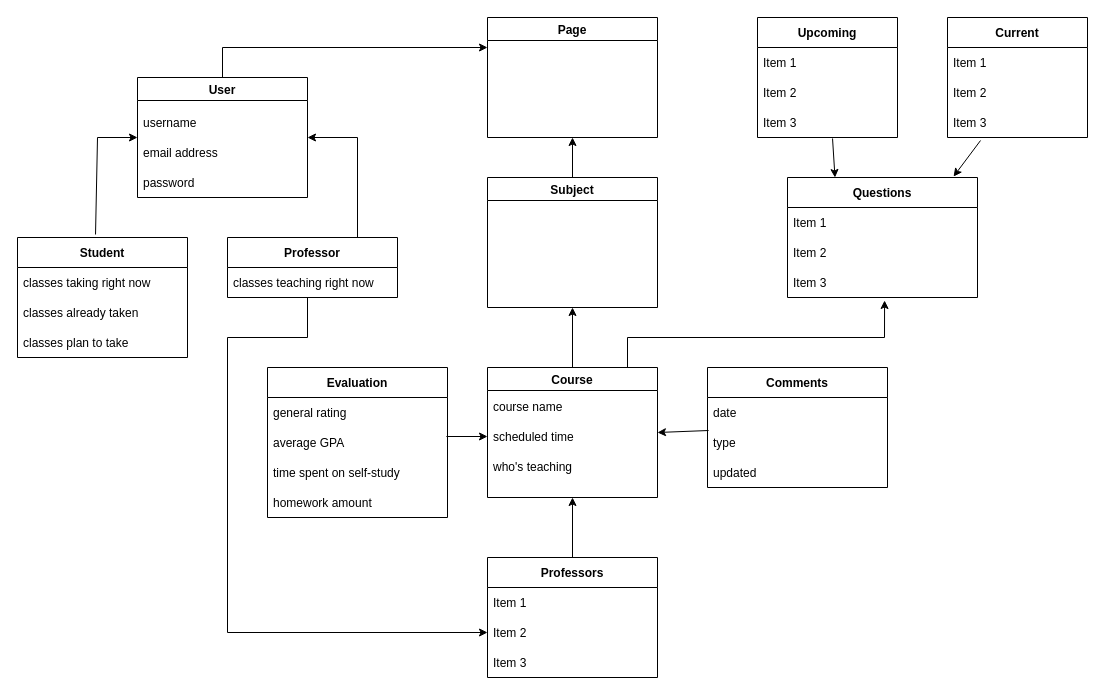
This is Domain Model.drawio from I-Dont-Want-An-F/Project, a draw.io file, before an edit. Source tidied: cells renumbered, new cells numbered last; positions are measured from the earlier drawing's top-left corner, leaving out a move shared by most shapes. Both pictures are drawn from the tidied source at 100%, with x=0, y=0 at pixel (17, 17). Pictures stored in the file or linked from it are replaced by grey dashed boxes.
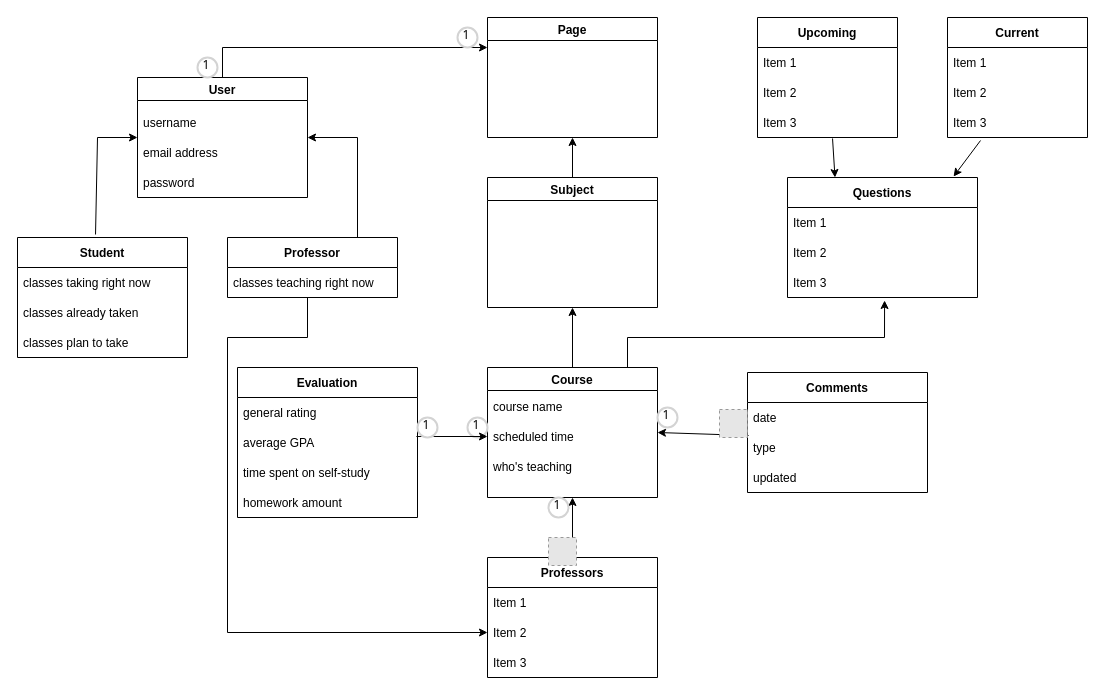
The same page after the edit.

Unchanged cells that the change refers to:
```xml
<mxCell id="22" value="Course" style="swimlane;" parent="1" vertex="1">
  <mxGeometry x="470" y="350" width="170" height="130" as="geometry" />
</mxCell>
```

Change to the diagram source:
```diff
@@
     <mxCell id="13" value="Comments" style="swimlane;fontStyle=1;horizontal=1;startSize=30;" parent="1" vertex="1">
-      <mxGeometry x="690" y="350" width="180" height="120" as="geometry" />
+      <mxGeometry x="730" y="355" width="180" height="120" as="geometry" />
     </mxCell>
@@
+    <mxCell id="55" value="1" style="ellipse;whiteSpace=wrap;html=1;strokeWidth=2;fontFamily=Tahoma;spacingBottom=4;spacingRight=2;strokeColor=#d3d3d3;" parent="22" vertex="1">
+      <mxGeometry x="-20" y="50" width="20" height="20" as="geometry" />
+    </mxCell>
@@
     <mxCell id="38" value="Evaluation" style="swimlane;fontStyle=1;horizontal=1;startSize=30;" parent="1" vertex="1">
-      <mxGeometry x="250" y="350" width="180" height="150" as="geometry" />
+      <mxGeometry x="220" y="350" width="180" height="150" as="geometry" />
     </mxCell>
@@
+    <mxCell id="56" value="1" style="ellipse;whiteSpace=wrap;html=1;strokeWidth=2;fontFamily=Tahoma;spacingBottom=4;spacingRight=2;strokeColor=#d3d3d3;" parent="1" vertex="1">
+      <mxGeometry x="180" y="40" width="20" height="20" as="geometry" />
+    </mxCell>
+    <mxCell id="57" value="1" style="ellipse;whiteSpace=wrap;html=1;strokeWidth=2;fontFamily=Tahoma;spacingBottom=4;spacingRight=2;strokeColor=#d3d3d3;" parent="1" vertex="1">
+      <mxGeometry x="440" y="10" width="20" height="20" as="geometry" />
+    </mxCell>
+    <mxCell id="58" value="1" style="ellipse;whiteSpace=wrap;html=1;strokeWidth=2;fontFamily=Tahoma;spacingBottom=4;spacingRight=2;strokeColor=#d3d3d3;" parent="1" vertex="1">
+      <mxGeometry x="531" y="480" width="20" height="20" as="geometry" />
+    </mxCell>
+    <mxCell id="59" style="fillColor=#E6E6E6;strokeColor=#999999;dashed=1;html=1;verticalAlign=top;verticalLabelPosition=bottom;labelBackgroundColor=#ffffff;" parent="1" vertex="1">
+      <mxGeometry x="531" y="520" width="28" height="28" as="geometry" />
+    </mxCell>
+    <mxCell id="60" style="fillColor=#E6E6E6;strokeColor=#999999;dashed=1;html=1;verticalAlign=top;verticalLabelPosition=bottom;labelBackgroundColor=#ffffff;" parent="1" vertex="1">
+      <mxGeometry x="702" y="392" width="28" height="28" as="geometry" />
+    </mxCell>
+    <mxCell id="61" value="1" style="ellipse;whiteSpace=wrap;html=1;strokeWidth=2;fontFamily=Tahoma;spacingBottom=4;spacingRight=2;strokeColor=#d3d3d3;" parent="1" vertex="1">
+      <mxGeometry x="640" y="390" width="20" height="20" as="geometry" />
+    </mxCell>
+    <mxCell id="62" value="1" style="ellipse;whiteSpace=wrap;html=1;strokeWidth=2;fontFamily=Tahoma;spacingBottom=4;spacingRight=2;strokeColor=#d3d3d3;" parent="1" vertex="1">
+      <mxGeometry x="400" y="400" width="20" height="20" as="geometry" />
+    </mxCell>
```
